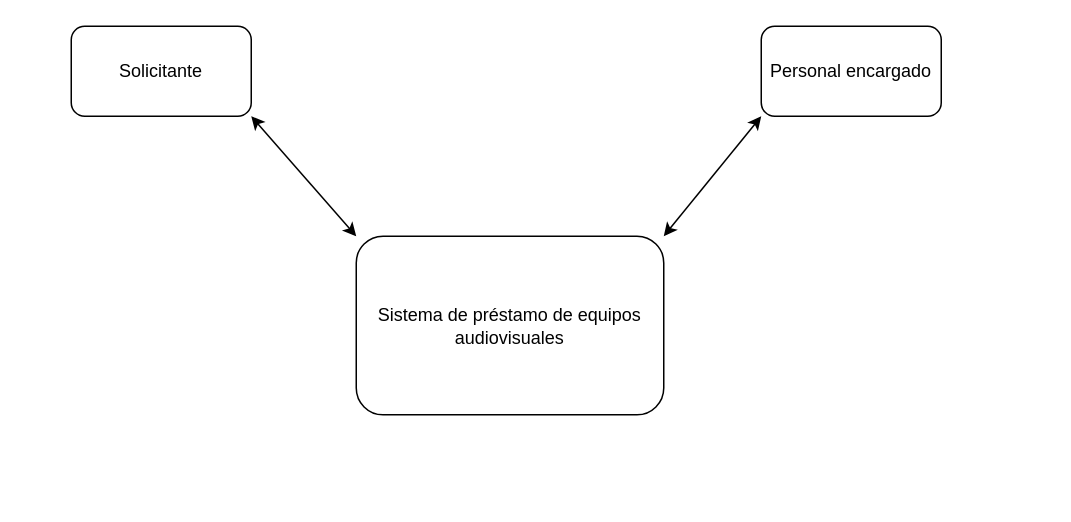
Above: page "Página-2" (2 of 2) of Diagrama de contexto.drawio in derlinhormaza-afk/DiagramasdeRequisitos (draw.io), before the change. Source tidied: cells renumbered, new cells numbered last; positions are measured from the earlier drawing's top-left corner, leaving out a move shared by most shapes. Both pictures are drawn from the tidied source at 150%, with x=0, y=0 at pixel (70, 26).
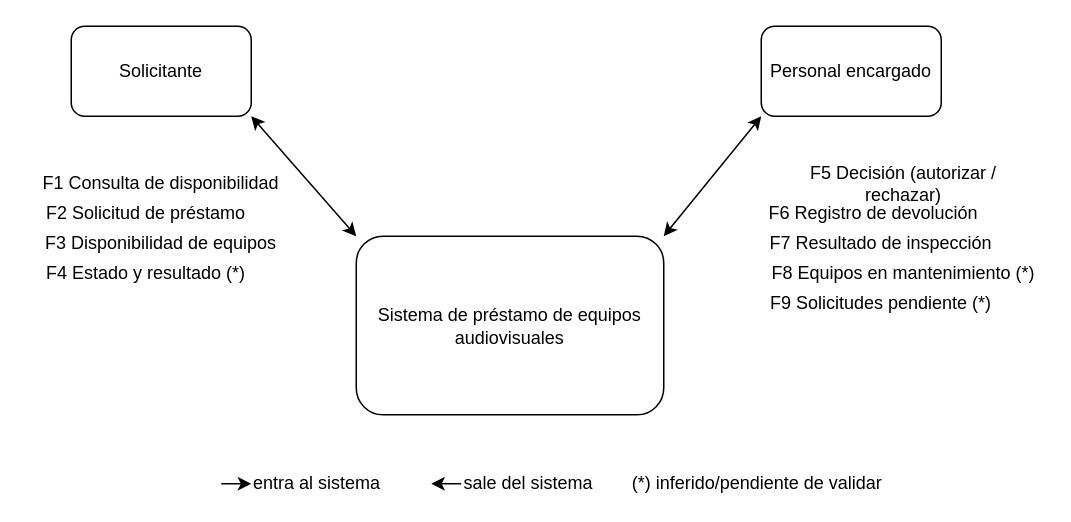
The same diagram, later.

Diff of the diagram source:
```diff
@@
+    <mxCell id="7" value="F1 Consulta de disponibilidad" style="text;html=1;whiteSpace=wrap;strokeColor=none;fillColor=none;align=center;verticalAlign=middle;rounded=0;" parent="1" vertex="1">
+      <mxGeometry x="-30" y="100" width="180" height="10" as="geometry" />
+    </mxCell>
+    <mxCell id="8" value="F2 Solicitud de préstamo" style="text;html=1;whiteSpace=wrap;strokeColor=none;fillColor=none;align=center;verticalAlign=middle;rounded=0;" parent="1" vertex="1">
+      <mxGeometry x="-30" y="120" width="160" height="10" as="geometry" />
+    </mxCell>
+    <mxCell id="9" value="F3 Disponibilidad de equipos" style="text;html=1;whiteSpace=wrap;strokeColor=none;fillColor=none;align=center;verticalAlign=middle;rounded=0;" parent="1" vertex="1">
+      <mxGeometry x="-20" y="140" width="160" height="10" as="geometry" />
+    </mxCell>
+    <mxCell id="10" value="F4 Estado y resultado (*)" style="text;html=1;whiteSpace=wrap;strokeColor=none;fillColor=none;align=center;verticalAlign=middle;rounded=0;" parent="1" vertex="1">
+      <mxGeometry x="-30" y="160" width="160" height="10" as="geometry" />
+    </mxCell>
+    <mxCell id="11" value="F6 Registro de devolución" style="text;html=1;whiteSpace=wrap;strokeColor=none;fillColor=none;align=center;verticalAlign=middle;rounded=0;" parent="1" vertex="1">
+      <mxGeometry x="455" y="120" width="160" height="10" as="geometry" />
+    </mxCell>
+    <mxCell id="12" value="F7 Resultado de inspección" style="text;html=1;whiteSpace=wrap;strokeColor=none;fillColor=none;align=center;verticalAlign=middle;rounded=0;" parent="1" vertex="1">
+      <mxGeometry x="460" y="140" width="160" height="10" as="geometry" />
+    </mxCell>
+    <mxCell id="13" value="F8 Equipos en mantenimiento (*)" style="text;html=1;whiteSpace=wrap;strokeColor=none;fillColor=none;align=center;verticalAlign=middle;rounded=0;" parent="1" vertex="1">
+      <mxGeometry x="460" y="160" width="190" height="10" as="geometry" />
+    </mxCell>
+    <mxCell id="14" value="F5 Decisión (autorizar / rechazar)" style="text;html=1;whiteSpace=wrap;strokeColor=none;fillColor=none;align=center;verticalAlign=middle;rounded=0;" parent="1" vertex="1">
+      <mxGeometry x="465" y="100" width="180" height="10" as="geometry" />
+    </mxCell>
+    <mxCell id="15" value="F9 Solicitudes pendiente (*)" style="text;html=1;whiteSpace=wrap;strokeColor=none;fillColor=none;align=center;verticalAlign=middle;rounded=0;" parent="1" vertex="1">
+      <mxGeometry x="450" y="180" width="180" height="10" as="geometry" />
+    </mxCell>
+    <mxCell id="16" value="entra al sistema" style="text;html=1;whiteSpace=wrap;strokeColor=none;fillColor=none;align=center;verticalAlign=middle;rounded=0;" parent="1" vertex="1">
+      <mxGeometry x="109" y="300" width="110" height="10" as="geometry" />
+    </mxCell>
+    <mxCell id="17" value="sale del sistema" style="text;html=1;whiteSpace=wrap;strokeColor=none;fillColor=none;align=center;verticalAlign=middle;rounded=0;" parent="1" vertex="1">
+      <mxGeometry x="250" y="300" width="110" height="10" as="geometry" />
+    </mxCell>
+    <mxCell id="18" value="(*) inferido/pendiente de validar" style="text;html=1;whiteSpace=wrap;strokeColor=none;fillColor=none;align=center;verticalAlign=middle;rounded=0;" parent="1" vertex="1">
+      <mxGeometry x="350" y="300" width="215" height="10" as="geometry" />
+    </mxCell>
+    <mxCell id="19" style="edgeStyle=none;orthogonalLoop=1;jettySize=auto;html=1;rounded=0;defaultLabelBackgroundColor=page;labelPadding=0 4;" parent="1" edge="1">
+      <mxGeometry relative="1" as="geometry">
+        <mxPoint x="100" y="305" as="sourcePoint" />
+        <mxPoint x="120" y="305" as="targetPoint" />
+      </mxGeometry>
+    </mxCell>
+    <mxCell id="20" style="edgeStyle=none;orthogonalLoop=1;jettySize=auto;html=1;rounded=0;defaultLabelBackgroundColor=page;labelPadding=0 4;" parent="1" edge="1">
+      <mxGeometry relative="1" as="geometry">
+        <mxPoint x="260" y="305" as="sourcePoint" />
+        <mxPoint x="240" y="305" as="targetPoint" />
+      </mxGeometry>
+    </mxCell>
```
